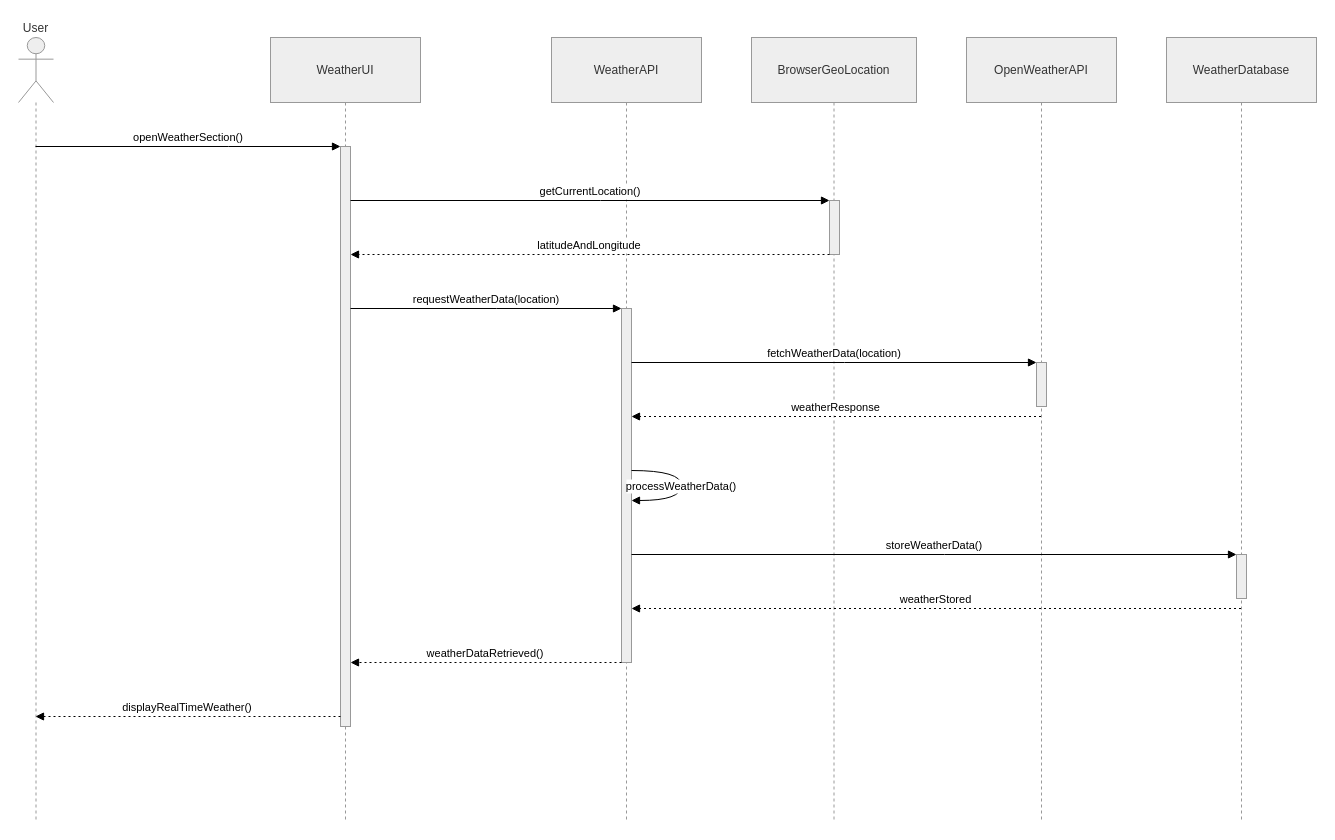
Earlier version of the draw.io diagram Untitled Diagram.drawio (bidur7745/Drawio-Files). Source tidied: cells renumbered, new cells numbered last; positions are measured from the earlier drawing's top-left corner, leaving out a move shared by most shapes. Both pictures are drawn from the tidied source at 100%, with x=0, y=0 at pixel (18, 37).
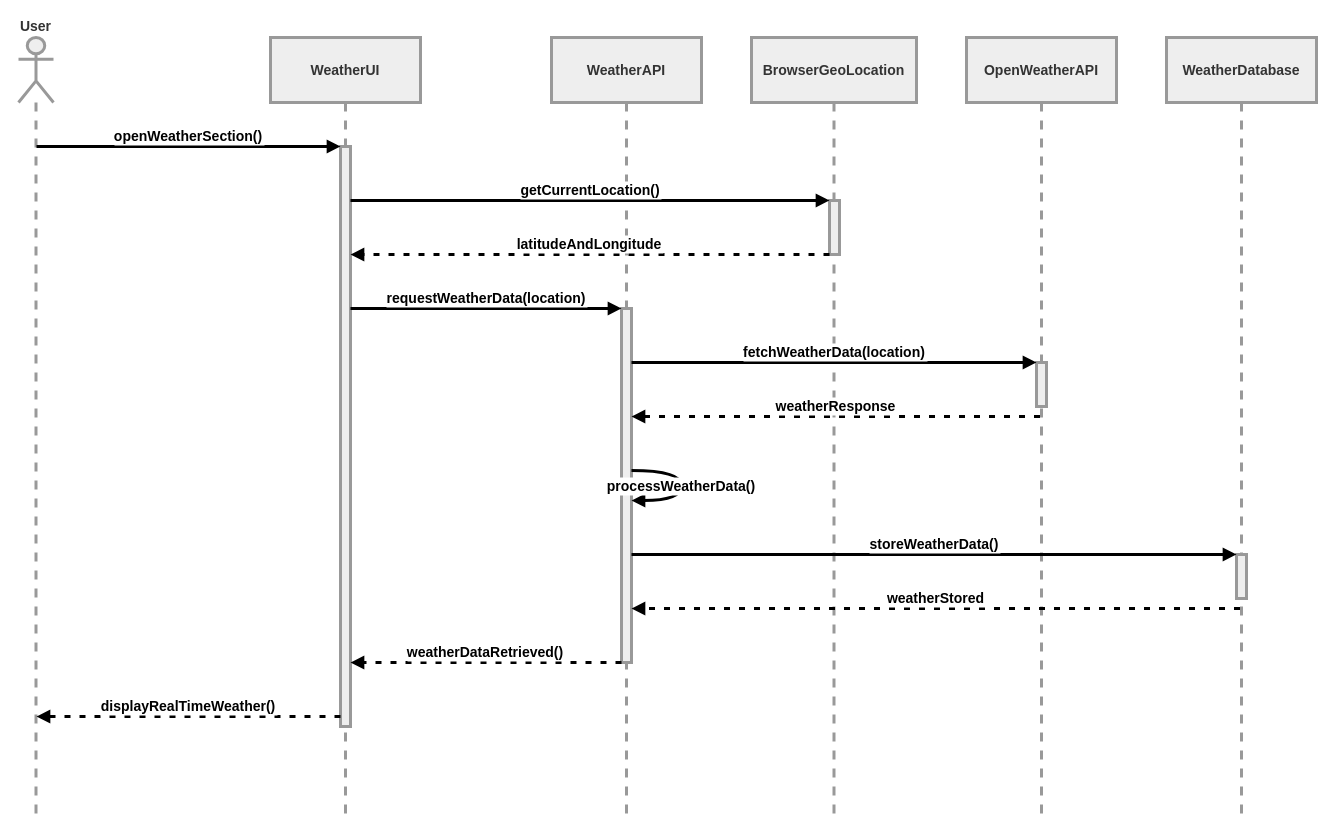
The same page after the edit.

The edit, as a diff of the source:
```diff
@@
-    <mxCell id="2" value="User" style="shape=umlLifeline;perimeter=lifelinePerimeter;whiteSpace=wrap;outlineConnect=0;portConstraint=eastwest;newEdgeStyle={&quot;edgeStyle&quot;:&quot;elbowEdgeStyle&quot;,&quot;elbow&quot;:&quot;vertical&quot;,&quot;curved&quot;:0,&quot;rounded&quot;:0};participant=umlActor;verticalAlign=bottom;labelPosition=center;verticalLabelPosition=top;align=center;size=65;fillColor=light-dark(#eeeeee,#1f2020);strokeColor=light-dark(#999999,#cccccc);fontColor=light-dark(#333333,#cccccc);" parent="1" vertex="1">
+    <mxCell id="2" value="User" style="shape=umlLifeline;perimeter=lifelinePerimeter;whiteSpace=wrap;outlineConnect=0;portConstraint=eastwest;newEdgeStyle={&quot;edgeStyle&quot;:&quot;elbowEdgeStyle&quot;,&quot;elbow&quot;:&quot;vertical&quot;,&quot;curved&quot;:0,&quot;rounded&quot;:0};participant=umlActor;verticalAlign=bottom;labelPosition=center;verticalLabelPosition=top;align=center;size=65;fillColor=light-dark(#eeeeee,#1f2020);strokeColor=light-dark(#999999,#cccccc);fontColor=light-dark(#333333,#cccccc);strokeWidth=3;fontSize=14;fontStyle=1;" parent="1" vertex="1">
       <mxGeometry width="35" height="784" as="geometry" />
     </mxCell>
-    <mxCell id="3" value="WeatherUI" style="shape=umlLifeline;perimeter=lifelinePerimeter;whiteSpace=wrap;newEdgeStyle={&quot;edgeStyle&quot;:&quot;elbowEdgeStyle&quot;,&quot;elbow&quot;:&quot;vertical&quot;,&quot;curved&quot;:0,&quot;rounded&quot;:0};size=65;fillColor=light-dark(#eeeeee,#1f2020);strokeColor=light-dark(#999999,#cccccc);fontColor=light-dark(#333333,#cccccc);" parent="1" vertex="1">
+    <mxCell id="3" value="WeatherUI" style="shape=umlLifeline;perimeter=lifelinePerimeter;whiteSpace=wrap;newEdgeStyle={&quot;edgeStyle&quot;:&quot;elbowEdgeStyle&quot;,&quot;elbow&quot;:&quot;vertical&quot;,&quot;curved&quot;:0,&quot;rounded&quot;:0};size=65;fillColor=light-dark(#eeeeee,#1f2020);strokeColor=light-dark(#999999,#cccccc);fontColor=light-dark(#333333,#cccccc);strokeWidth=3;fontSize=14;fontStyle=1;" parent="1" vertex="1">
       <mxGeometry x="252" width="150" height="784" as="geometry" />
     </mxCell>
-    <mxCell id="4" style="points=[];perimeter=orthogonalPerimeter;outlineConnect=0;targetShapes=umlLifeline;portConstraint=eastwest;newEdgeStyle={&quot;edgeStyle&quot;:&quot;elbowEdgeStyle&quot;,&quot;elbow&quot;:&quot;vertical&quot;,&quot;curved&quot;:0,&quot;rounded&quot;:0};fillColor=light-dark(#eeeeee,#1f2020);strokeColor=light-dark(#999999,#cccccc);fontColor=light-dark(#333333,#cccccc);" parent="3" vertex="1">
+    <mxCell id="4" style="points=[];perimeter=orthogonalPerimeter;outlineConnect=0;targetShapes=umlLifeline;portConstraint=eastwest;newEdgeStyle={&quot;edgeStyle&quot;:&quot;elbowEdgeStyle&quot;,&quot;elbow&quot;:&quot;vertical&quot;,&quot;curved&quot;:0,&quot;rounded&quot;:0};fillColor=light-dark(#eeeeee,#1f2020);strokeColor=light-dark(#999999,#cccccc);fontColor=light-dark(#333333,#cccccc);strokeWidth=3;fontSize=14;fontStyle=1;" parent="3" vertex="1">
       <mxGeometry x="70" y="109" width="10" height="580" as="geometry" />
     </mxCell>
-    <mxCell id="5" value="WeatherAPI" style="shape=umlLifeline;perimeter=lifelinePerimeter;whiteSpace=wrap;newEdgeStyle={&quot;edgeStyle&quot;:&quot;elbowEdgeStyle&quot;,&quot;elbow&quot;:&quot;vertical&quot;,&quot;curved&quot;:0,&quot;rounded&quot;:0};size=65;fillColor=light-dark(#eeeeee,#1f2020);strokeColor=light-dark(#999999,#cccccc);fontColor=light-dark(#333333,#cccccc);" parent="1" vertex="1">
+    <mxCell id="5" value="WeatherAPI" style="shape=umlLifeline;perimeter=lifelinePerimeter;whiteSpace=wrap;newEdgeStyle={&quot;edgeStyle&quot;:&quot;elbowEdgeStyle&quot;,&quot;elbow&quot;:&quot;vertical&quot;,&quot;curved&quot;:0,&quot;rounded&quot;:0};size=65;fillColor=light-dark(#eeeeee,#1f2020);strokeColor=light-dark(#999999,#cccccc);fontColor=light-dark(#333333,#cccccc);strokeWidth=3;fontSize=14;fontStyle=1;" parent="1" vertex="1">
       <mxGeometry x="533" width="150" height="784" as="geometry" />
     </mxCell>
-    <mxCell id="6" style="points=[];perimeter=orthogonalPerimeter;outlineConnect=0;targetShapes=umlLifeline;portConstraint=eastwest;newEdgeStyle={&quot;edgeStyle&quot;:&quot;elbowEdgeStyle&quot;,&quot;elbow&quot;:&quot;vertical&quot;,&quot;curved&quot;:0,&quot;rounded&quot;:0};fillColor=light-dark(#eeeeee,#1f2020);strokeColor=light-dark(#999999,#cccccc);fontColor=light-dark(#333333,#cccccc);" parent="5" vertex="1">
+    <mxCell id="6" style="points=[];perimeter=orthogonalPerimeter;outlineConnect=0;targetShapes=umlLifeline;portConstraint=eastwest;newEdgeStyle={&quot;edgeStyle&quot;:&quot;elbowEdgeStyle&quot;,&quot;elbow&quot;:&quot;vertical&quot;,&quot;curved&quot;:0,&quot;rounded&quot;:0};fillColor=light-dark(#eeeeee,#1f2020);strokeColor=light-dark(#999999,#cccccc);fontColor=light-dark(#333333,#cccccc);strokeWidth=3;fontSize=14;fontStyle=1;" parent="5" vertex="1">
       <mxGeometry x="70" y="271" width="10" height="354" as="geometry" />
     </mxCell>
-    <mxCell id="7" value="BrowserGeoLocation" style="shape=umlLifeline;perimeter=lifelinePerimeter;whiteSpace=wrap;newEdgeStyle={&quot;edgeStyle&quot;:&quot;elbowEdgeStyle&quot;,&quot;elbow&quot;:&quot;vertical&quot;,&quot;curved&quot;:0,&quot;rounded&quot;:0};size=65;fillColor=light-dark(#eeeeee,#1f2020);strokeColor=light-dark(#999999,#cccccc);fontColor=light-dark(#333333,#cccccc);" parent="1" vertex="1">
+    <mxCell id="7" value="BrowserGeoLocation" style="shape=umlLifeline;perimeter=lifelinePerimeter;whiteSpace=wrap;newEdgeStyle={&quot;edgeStyle&quot;:&quot;elbowEdgeStyle&quot;,&quot;elbow&quot;:&quot;vertical&quot;,&quot;curved&quot;:0,&quot;rounded&quot;:0};size=65;fillColor=light-dark(#eeeeee,#1f2020);strokeColor=light-dark(#999999,#cccccc);fontColor=light-dark(#333333,#cccccc);strokeWidth=3;fontSize=14;fontStyle=1;" parent="1" vertex="1">
       <mxGeometry x="733" width="165" height="784" as="geometry" />
     </mxCell>
-    <mxCell id="8" style="points=[];perimeter=orthogonalPerimeter;outlineConnect=0;targetShapes=umlLifeline;portConstraint=eastwest;newEdgeStyle={&quot;edgeStyle&quot;:&quot;elbowEdgeStyle&quot;,&quot;elbow&quot;:&quot;vertical&quot;,&quot;curved&quot;:0,&quot;rounded&quot;:0};fillColor=light-dark(#eeeeee,#1f2020);strokeColor=light-dark(#999999,#cccccc);fontColor=light-dark(#333333,#cccccc);" parent="7" vertex="1">
+    <mxCell id="8" style="points=[];perimeter=orthogonalPerimeter;outlineConnect=0;targetShapes=umlLifeline;portConstraint=eastwest;newEdgeStyle={&quot;edgeStyle&quot;:&quot;elbowEdgeStyle&quot;,&quot;elbow&quot;:&quot;vertical&quot;,&quot;curved&quot;:0,&quot;rounded&quot;:0};fillColor=light-dark(#eeeeee,#1f2020);strokeColor=light-dark(#999999,#cccccc);fontColor=light-dark(#333333,#cccccc);strokeWidth=3;fontSize=14;fontStyle=1;" parent="7" vertex="1">
       <mxGeometry x="78" y="163" width="10" height="54" as="geometry" />
     </mxCell>
-    <mxCell id="9" value="OpenWeatherAPI" style="shape=umlLifeline;perimeter=lifelinePerimeter;whiteSpace=wrap;outlineConnect=0;portConstraint=eastwest;newEdgeStyle={&quot;edgeStyle&quot;:&quot;elbowEdgeStyle&quot;,&quot;elbow&quot;:&quot;vertical&quot;,&quot;curved&quot;:0,&quot;rounded&quot;:0};size=65;fillColor=light-dark(#eeeeee,#1f2020);strokeColor=light-dark(#999999,#cccccc);fontColor=light-dark(#333333,#cccccc);" parent="1" vertex="1">
+    <mxCell id="9" value="OpenWeatherAPI" style="shape=umlLifeline;perimeter=lifelinePerimeter;whiteSpace=wrap;outlineConnect=0;portConstraint=eastwest;newEdgeStyle={&quot;edgeStyle&quot;:&quot;elbowEdgeStyle&quot;,&quot;elbow&quot;:&quot;vertical&quot;,&quot;curved&quot;:0,&quot;rounded&quot;:0};size=65;fillColor=light-dark(#eeeeee,#1f2020);strokeColor=light-dark(#999999,#cccccc);fontColor=light-dark(#333333,#cccccc);strokeWidth=3;fontSize=14;fontStyle=1;" parent="1" vertex="1">
       <mxGeometry x="948" width="150" height="784" as="geometry" />
     </mxCell>
-    <mxCell id="10" style="points=[];perimeter=orthogonalPerimeter;outlineConnect=0;targetShapes=umlLifeline;portConstraint=eastwest;newEdgeStyle={&quot;edgeStyle&quot;:&quot;elbowEdgeStyle&quot;,&quot;elbow&quot;:&quot;vertical&quot;,&quot;curved&quot;:0,&quot;rounded&quot;:0};fillColor=light-dark(#eeeeee,#1f2020);strokeColor=light-dark(#999999,#cccccc);fontColor=light-dark(#333333,#cccccc);" parent="9" vertex="1">
+    <mxCell id="10" style="points=[];perimeter=orthogonalPerimeter;outlineConnect=0;targetShapes=umlLifeline;portConstraint=eastwest;newEdgeStyle={&quot;edgeStyle&quot;:&quot;elbowEdgeStyle&quot;,&quot;elbow&quot;:&quot;vertical&quot;,&quot;curved&quot;:0,&quot;rounded&quot;:0};fillColor=light-dark(#eeeeee,#1f2020);strokeColor=light-dark(#999999,#cccccc);fontColor=light-dark(#333333,#cccccc);strokeWidth=3;fontSize=14;fontStyle=1;" parent="9" vertex="1">
       <mxGeometry x="70" y="325" width="10" height="44" as="geometry" />
     </mxCell>
-    <mxCell id="11" value="WeatherDatabase" style="shape=umlLifeline;perimeter=lifelinePerimeter;whiteSpace=wrap;outlineConnect=0;portConstraint=eastwest;newEdgeStyle={&quot;edgeStyle&quot;:&quot;elbowEdgeStyle&quot;,&quot;elbow&quot;:&quot;vertical&quot;,&quot;curved&quot;:0,&quot;rounded&quot;:0};size=65;fillColor=light-dark(#eeeeee,#1f2020);strokeColor=light-dark(#999999,#cccccc);fontColor=light-dark(#333333,#cccccc);" parent="1" vertex="1">
+    <mxCell id="11" value="WeatherDatabase" style="shape=umlLifeline;perimeter=lifelinePerimeter;whiteSpace=wrap;outlineConnect=0;portConstraint=eastwest;newEdgeStyle={&quot;edgeStyle&quot;:&quot;elbowEdgeStyle&quot;,&quot;elbow&quot;:&quot;vertical&quot;,&quot;curved&quot;:0,&quot;rounded&quot;:0};size=65;fillColor=light-dark(#eeeeee,#1f2020);strokeColor=light-dark(#999999,#cccccc);fontColor=light-dark(#333333,#cccccc);strokeWidth=3;fontSize=14;fontStyle=1;" parent="1" vertex="1">
       <mxGeometry x="1148" width="150" height="784" as="geometry" />
     </mxCell>
-    <mxCell id="12" style="points=[];perimeter=orthogonalPerimeter;outlineConnect=0;targetShapes=umlLifeline;portConstraint=eastwest;newEdgeStyle={&quot;edgeStyle&quot;:&quot;elbowEdgeStyle&quot;,&quot;elbow&quot;:&quot;vertical&quot;,&quot;curved&quot;:0,&quot;rounded&quot;:0};fillColor=light-dark(#eeeeee,#1f2020);strokeColor=light-dark(#999999,#cccccc);fontColor=light-dark(#333333,#cccccc);" parent="11" vertex="1">
+    <mxCell id="12" style="points=[];perimeter=orthogonalPerimeter;outlineConnect=0;targetShapes=umlLifeline;portConstraint=eastwest;newEdgeStyle={&quot;edgeStyle&quot;:&quot;elbowEdgeStyle&quot;,&quot;elbow&quot;:&quot;vertical&quot;,&quot;curved&quot;:0,&quot;rounded&quot;:0};fillColor=light-dark(#eeeeee,#1f2020);strokeColor=light-dark(#999999,#cccccc);fontColor=light-dark(#333333,#cccccc);strokeWidth=3;fontSize=14;fontStyle=1;" parent="11" vertex="1">
       <mxGeometry x="70" y="517" width="10" height="44" as="geometry" />
     </mxCell>
-    <mxCell id="13" value="openWeatherSection()" style="verticalAlign=bottom;edgeStyle=elbowEdgeStyle;elbow=vertical;curved=0;rounded=0;endArrow=block;" parent="1" edge="1" source="2" target="4">
+    <mxCell id="13" value="openWeatherSection()" style="verticalAlign=bottom;edgeStyle=elbowEdgeStyle;elbow=vertical;curved=0;rounded=0;endArrow=block;strokeWidth=3;fontSize=14;fontStyle=1;" parent="1" edge="1" source="2" target="4">
       <mxGeometry relative="1" as="geometry">
         <Array as="points">
           <mxPoint x="210" y="109" />
         </Array>
       </mxGeometry>
     </mxCell>
-    <mxCell id="14" value="getCurrentLocation()" style="verticalAlign=bottom;edgeStyle=elbowEdgeStyle;elbow=vertical;curved=0;rounded=0;endArrow=block;" parent="1" edge="1" source="4" target="8">
+    <mxCell id="14" value="getCurrentLocation()" style="verticalAlign=bottom;edgeStyle=elbowEdgeStyle;elbow=vertical;curved=0;rounded=0;endArrow=block;strokeWidth=3;fontSize=14;fontStyle=1;" parent="1" edge="1" source="4" target="8">
       <mxGeometry relative="1" as="geometry">
         <Array as="points">
           <mxPoint x="582" y="163" />
         </Array>
       </mxGeometry>
     </mxCell>
-    <mxCell id="15" value="latitudeAndLongitude" style="verticalAlign=bottom;edgeStyle=elbowEdgeStyle;elbow=vertical;curved=0;rounded=0;dashed=1;dashPattern=2 3;endArrow=block;" parent="1" edge="1" source="8" target="4">
+    <mxCell id="15" value="latitudeAndLongitude" style="verticalAlign=bottom;edgeStyle=elbowEdgeStyle;elbow=vertical;curved=0;rounded=0;dashed=1;dashPattern=2 3;endArrow=block;strokeWidth=3;fontSize=14;fontStyle=1;" parent="1" edge="1" source="8" target="4">
       <mxGeometry relative="1" as="geometry">
         <Array as="points">
           <mxPoint x="583" y="217" />
         </Array>
       </mxGeometry>
     </mxCell>
-    <mxCell id="16" value="requestWeatherData(location)" style="verticalAlign=bottom;edgeStyle=elbowEdgeStyle;elbow=vertical;curved=0;rounded=0;endArrow=block;" parent="1" edge="1" source="4" target="6">
+    <mxCell id="16" value="requestWeatherData(location)" style="verticalAlign=bottom;edgeStyle=elbowEdgeStyle;elbow=vertical;curved=0;rounded=0;endArrow=block;strokeWidth=3;fontSize=14;fontStyle=1;" parent="1" edge="1" source="4" target="6">
       <mxGeometry relative="1" as="geometry">
         <Array as="points">
           <mxPoint x="478" y="271" />
         </Array>
       </mxGeometry>
     </mxCell>
-    <mxCell id="17" value="fetchWeatherData(location)" style="verticalAlign=bottom;edgeStyle=elbowEdgeStyle;elbow=vertical;curved=0;rounded=0;endArrow=block;" parent="1" edge="1" source="6" target="10">
+    <mxCell id="17" value="fetchWeatherData(location)" style="verticalAlign=bottom;edgeStyle=elbowEdgeStyle;elbow=vertical;curved=0;rounded=0;endArrow=block;strokeWidth=3;fontSize=14;fontStyle=1;" parent="1" edge="1" source="6" target="10">
       <mxGeometry relative="1" as="geometry">
         <Array as="points">
           <mxPoint x="826" y="325" />
         </Array>
       </mxGeometry>
     </mxCell>
-    <mxCell id="18" value="weatherResponse" style="verticalAlign=bottom;edgeStyle=elbowEdgeStyle;elbow=vertical;curved=0;rounded=0;dashed=1;dashPattern=2 3;endArrow=block;" parent="1" edge="1" source="9" target="6">
+    <mxCell id="18" value="weatherResponse" style="verticalAlign=bottom;edgeStyle=elbowEdgeStyle;elbow=vertical;curved=0;rounded=0;dashed=1;dashPattern=2 3;endArrow=block;strokeWidth=3;fontSize=14;fontStyle=1;" parent="1" edge="1" source="9" target="6">
       <mxGeometry relative="1" as="geometry">
         <Array as="points">
           <mxPoint x="827" y="379" />
         </Array>
       </mxGeometry>
     </mxCell>
-    <mxCell id="19" value="processWeatherData()" style="curved=1;endArrow=block;rounded=0;" parent="1" edge="1" source="6" target="6">
+    <mxCell id="19" value="processWeatherData()" style="curved=1;endArrow=block;rounded=0;strokeWidth=3;fontSize=14;fontStyle=1;" parent="1" edge="1" source="6" target="6">
       <mxGeometry relative="1" as="geometry">
         <Array as="points">
           <mxPoint x="663" y="433" />
           <mxPoint x="663" y="463" />
         </Array>
       </mxGeometry>
     </mxCell>
-    <mxCell id="20" value="storeWeatherData()" style="verticalAlign=bottom;edgeStyle=elbowEdgeStyle;elbow=vertical;curved=0;rounded=0;endArrow=block;" parent="1" edge="1" source="6" target="12">
+    <mxCell id="20" value="storeWeatherData()" style="verticalAlign=bottom;edgeStyle=elbowEdgeStyle;elbow=vertical;curved=0;rounded=0;endArrow=block;strokeWidth=3;fontSize=14;fontStyle=1;" parent="1" edge="1" source="6" target="12">
       <mxGeometry relative="1" as="geometry">
         <Array as="points">
           <mxPoint x="926" y="517" />
         </Array>
       </mxGeometry>
     </mxCell>
-    <mxCell id="21" value="weatherStored" style="verticalAlign=bottom;edgeStyle=elbowEdgeStyle;elbow=vertical;curved=0;rounded=0;dashed=1;dashPattern=2 3;endArrow=block;" parent="1" edge="1" source="11" target="6">
+    <mxCell id="21" value="weatherStored" style="verticalAlign=bottom;edgeStyle=elbowEdgeStyle;elbow=vertical;curved=0;rounded=0;dashed=1;dashPattern=2 3;endArrow=block;strokeWidth=3;fontSize=14;fontStyle=1;" parent="1" edge="1" source="11" target="6">
       <mxGeometry relative="1" as="geometry">
         <Array as="points">
           <mxPoint x="927" y="571" />
         </Array>
       </mxGeometry>
     </mxCell>
-    <mxCell id="22" value="weatherDataRetrieved()" style="verticalAlign=bottom;edgeStyle=elbowEdgeStyle;elbow=vertical;curved=0;rounded=0;dashed=1;dashPattern=2 3;endArrow=block;" parent="1" edge="1" source="6" target="4">
+    <mxCell id="22" value="weatherDataRetrieved()" style="verticalAlign=bottom;edgeStyle=elbowEdgeStyle;elbow=vertical;curved=0;rounded=0;dashed=1;dashPattern=2 3;endArrow=block;strokeWidth=3;fontSize=14;fontStyle=1;" parent="1" edge="1" source="6" target="4">
       <mxGeometry relative="1" as="geometry">
         <Array as="points">
           <mxPoint x="479" y="625" />
         </Array>
       </mxGeometry>
     </mxCell>
-    <mxCell id="23" value="displayRealTimeWeather()" style="verticalAlign=bottom;edgeStyle=elbowEdgeStyle;elbow=vertical;curved=0;rounded=0;dashed=1;dashPattern=2 3;endArrow=block;" parent="1" edge="1" source="4" target="2">
+    <mxCell id="23" value="displayRealTimeWeather()" style="verticalAlign=bottom;edgeStyle=elbowEdgeStyle;elbow=vertical;curved=0;rounded=0;dashed=1;dashPattern=2 3;endArrow=block;strokeWidth=3;fontSize=14;fontStyle=1;" parent="1" edge="1" source="4" target="2">
       <mxGeometry relative="1" as="geometry">
         <Array as="points">
           <mxPoint x="211" y="679" />
         </Array>
       </mxGeometry>
     </mxCell>
```
